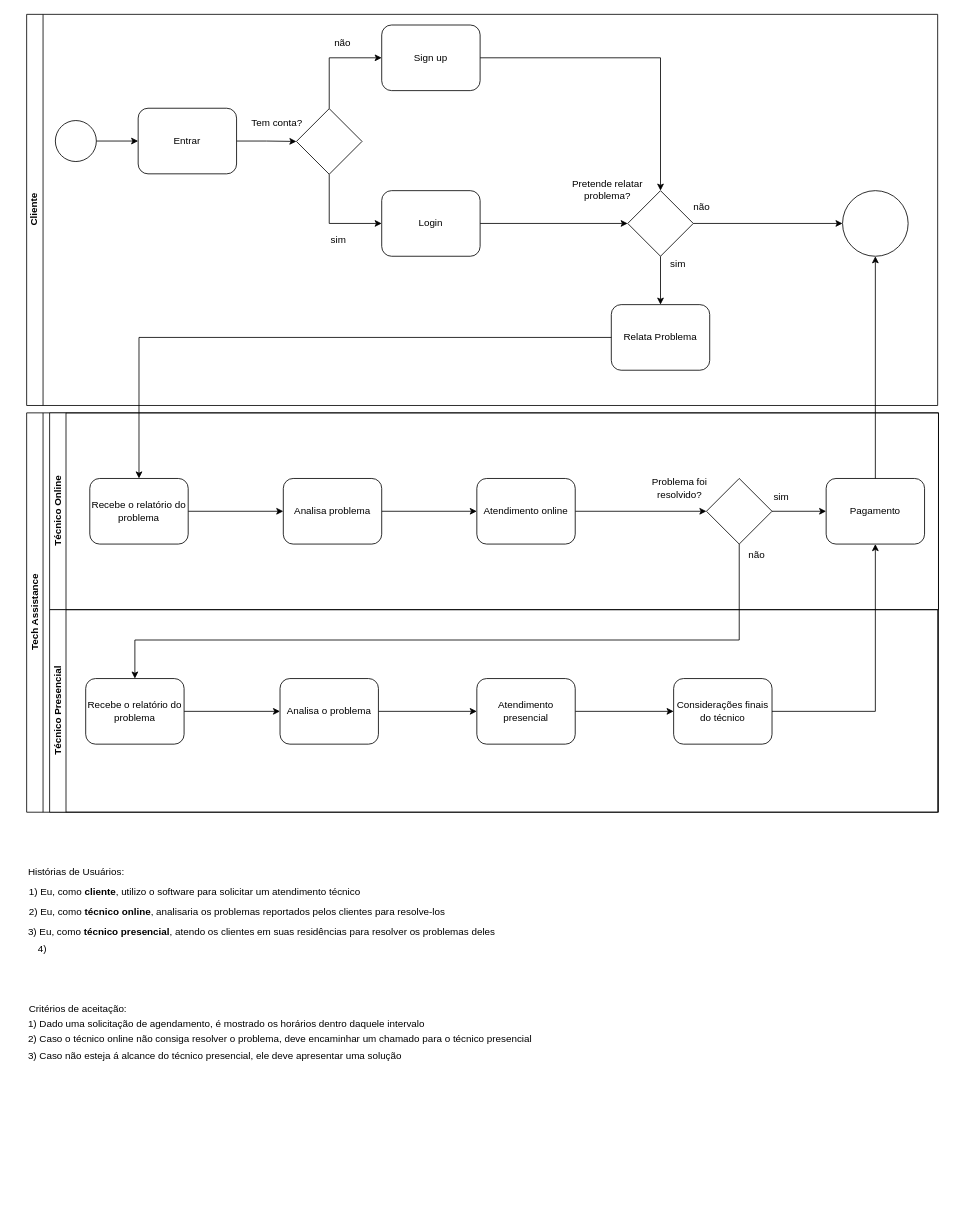
This is page "Fluxo de Negócios" (1 of 4) of Project diagrams and requirements/Tech assistance.drawio from felipepmoreno/Tech-assistanceSoftware, a draw.io file, before an edit. Source tidied: cells renumbered, new cells numbered last; positions are measured from the earlier drawing's top-left corner, leaving out a move shared by most shapes. Both pictures are drawn from the tidied source at 82%, with x=0, y=0 at pixel (26, 14).
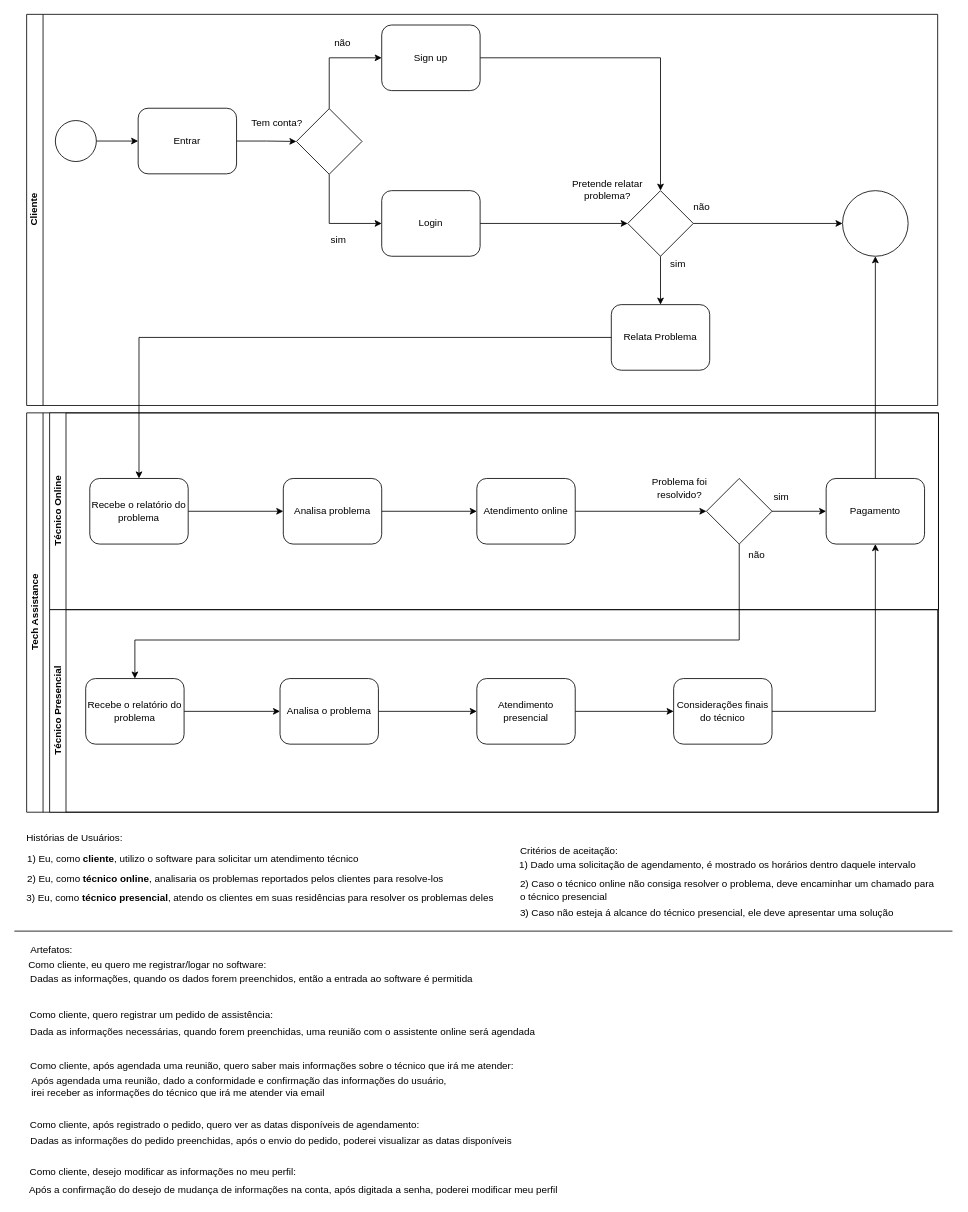
After the change.

Commit message (it also covers changes not shown here):
adicionado os artefatos

Diff of the diagram source:
```diff
@@
     <mxCell id="51" value="Histórias de Usuários:" style="text;html=1;align=left;verticalAlign=middle;" parent="1" vertex="1">
-      <mxGeometry y="1037" width="127" height="18" as="geometry" />
+      <mxGeometry x="-2" y="996" width="127" height="18" as="geometry" />
     </mxCell>
     <mxCell id="52" value="1) Eu, como &lt;b&gt;cliente&lt;/b&gt;, utilizo o software para solicitar um atendimento técnico" style="text;html=1;align=left;verticalAlign=middle;" parent="1" vertex="1">
-      <mxGeometry x="1" y="1062" width="414" height="18" as="geometry" />
+      <mxGeometry x="-1" y="1021" width="414" height="18" as="geometry" />
     </mxCell>
     <mxCell id="53" value="&lt;div&gt;&lt;span&gt;2) Eu, como &lt;/span&gt;&lt;b&gt;técnico online&lt;/b&gt;&lt;span&gt;, analisaria os problemas reportados pelos clientes para resolve-los&lt;/span&gt;&lt;/div&gt;" style="text;html=1;align=left;verticalAlign=middle;" parent="1" vertex="1">
-      <mxGeometry x="1" y="1086" width="518" height="18" as="geometry" />
+      <mxGeometry x="-1" y="1045" width="518" height="18" as="geometry" />
     </mxCell>
     <mxCell id="54" value="3) Eu, como &lt;b&gt;técnico presencial&lt;/b&gt;, atendo os clientes em suas residências para resolver os problemas deles" style="text;html=1;align=left;verticalAlign=middle;" parent="1" vertex="1">
-      <mxGeometry y="1110" width="580" height="18" as="geometry" />
+      <mxGeometry x="-2" y="1069" width="580" height="18" as="geometry" />
     </mxCell>
     <mxCell id="55" value="Critérios de aceitação:" style="text;html=1;align=left;verticalAlign=middle;" parent="1" vertex="1">
-      <mxGeometry x="1" y="1204" width="129" height="18" as="geometry" />
+      <mxGeometry x="600" y="1011" width="129" height="18" as="geometry" />
     </mxCell>
     <mxCell id="56" value="1) Dado uma solicitação de agendamento, é mostrado os horários dentro daquele intervalo" style="text;html=1;align=left;verticalAlign=middle;" parent="1" vertex="1">
-      <mxGeometry y="1222" width="494" height="18" as="geometry" />
+      <mxGeometry x="599" y="1029" width="494" height="18" as="geometry" />
     </mxCell>
-    <mxCell id="57" value="2) Caso o técnico online não consiga resolver o problema, deve encaminhar um chamado para o técnico presencial&amp;nbsp;" style="text;html=1;align=left;verticalAlign=middle;" parent="1" vertex="1">
-      <mxGeometry y="1241" width="628" height="18" as="geometry" />
+    <mxCell id="57" value="2) Caso o técnico online não consiga resolver o problema, deve encaminhar um chamado para &lt;br&gt;o técnico presencial&amp;nbsp;" style="text;html=1;align=left;verticalAlign=middle;" parent="1" vertex="1">
+      <mxGeometry x="600" y="1052" width="515" height="32" as="geometry" />
     </mxCell>
     <mxCell id="58" value="3) Caso não esteja á alcance do técnico presencial, ele deve apresentar uma solução" style="text;html=1;align=left;verticalAlign=middle;" parent="1" vertex="1">
-      <mxGeometry y="1262" width="466" height="18" as="geometry" />
+      <mxGeometry x="600" y="1087" width="466" height="18" as="geometry" />
     </mxCell>
-    <mxCell id="59" value="4)&amp;nbsp;" style="text;html=1;strokeColor=none;fillColor=none;align=center;verticalAlign=middle;whiteSpace=wrap;rounded=0;" parent="1" vertex="1">
-      <mxGeometry x="1" y="1130" width="40" height="20" as="geometry" />
-    </mxCell>
+    <mxCell id="60" value="Artefatos:" style="text;html=1;align=center;verticalAlign=middle;strokeColor=none;" parent="1" vertex="1">
+      <mxGeometry x="-1" y="1132" width="61" height="18" as="geometry" />
+    </mxCell>
+    <mxCell id="61" value="Como cliente, eu quero me registrar/logar no software:" style="text;html=1;align=center;verticalAlign=middle;strokeColor=none;" parent="1" vertex="1">
+      <mxGeometry x="-3" y="1150" width="300" height="18" as="geometry" />
+    </mxCell>
+    <mxCell id="62" value="Dadas as informações, quando os dados forem preenchidos, então a entrada ao software é permitida" style="text;html=1;align=center;verticalAlign=middle;strokeColor=none;" parent="1" vertex="1">
+      <mxGeometry x="-1" y="1168" width="550" height="18" as="geometry" />
+    </mxCell>
+    <mxCell id="63" value="Como cliente, quero registrar um pedido de assistência:" style="text;html=1;align=center;verticalAlign=middle;strokeColor=none;" parent="1" vertex="1">
+      <mxGeometry x="-2" y="1211" width="307" height="18" as="geometry" />
+    </mxCell>
+    <mxCell id="64" style="rounded=0;orthogonalLoop=1;jettySize=auto;html=1;endArrow=none;endFill=0;" parent="1" edge="1">
+      <mxGeometry relative="1" as="geometry">
+        <mxPoint x="-15" y="1118" as="sourcePoint" />
+        <mxPoint x="1129" y="1118" as="targetPoint" />
+      </mxGeometry>
+    </mxCell>
+    <mxCell id="65" value="Dada as informações necessárias, quando forem preenchidas, uma reunião com o assistente online será agendada" style="text;html=1;align=center;verticalAlign=middle;strokeColor=none;" parent="1" vertex="1">
+      <mxGeometry x="-1" y="1232" width="626" height="18" as="geometry" />
+    </mxCell>
+    <mxCell id="66" value="Como cliente, após registrado o pedido, quero ver as datas disponíveis de agendamento:&amp;nbsp;" style="text;html=1;align=center;verticalAlign=middle;strokeColor=none;" parent="1" vertex="1">
+      <mxGeometry x="-1" y="1345" width="488" height="18" as="geometry" />
+    </mxCell>
+    <mxCell id="67" value="Dadas as informações do pedido preenchidas, após o envio do pedido, poderei visualizar as datas disponíveis" style="text;html=1;align=center;verticalAlign=middle;strokeColor=none;" parent="1" vertex="1">
+      <mxGeometry x="-1" y="1365" width="597" height="18" as="geometry" />
+    </mxCell>
+    <mxCell id="68" value="Como cliente, após agendada uma reunião, quero saber mais informações sobre o técnico que irá me atender:" style="text;html=1;align=center;verticalAlign=middle;strokeColor=none;" parent="1" vertex="1">
+      <mxGeometry x="-1" y="1274" width="600" height="18" as="geometry" />
+    </mxCell>
+    <mxCell id="69" value="Após agendada uma reunião, dado a conformidade e confirmação das informações do usuário,&lt;br&gt;irei receber as informações do técnico que irá me atender via email" style="text;html=1;align=left;verticalAlign=middle;strokeColor=none;" parent="1" vertex="1">
+      <mxGeometry x="4" y="1292" width="516" height="32" as="geometry" />
+    </mxCell>
+    <mxCell id="70" value="Como cliente, desejo modificar as informações no meu perfil:" style="text;html=1;align=center;verticalAlign=middle;strokeColor=none;" parent="1" vertex="1">
+      <mxGeometry x="-2" y="1403" width="335" height="18" as="geometry" />
+    </mxCell>
+    <mxCell id="71" value="Após a confirmação do desejo de mudança de informações na conta, após digitada a senha, poderei modificar meu perfil" style="text;html=1;align=center;verticalAlign=middle;strokeColor=none;" parent="1" vertex="1">
+      <mxGeometry x="-2" y="1425" width="654" height="18" as="geometry" />
+    </mxCell>
```
